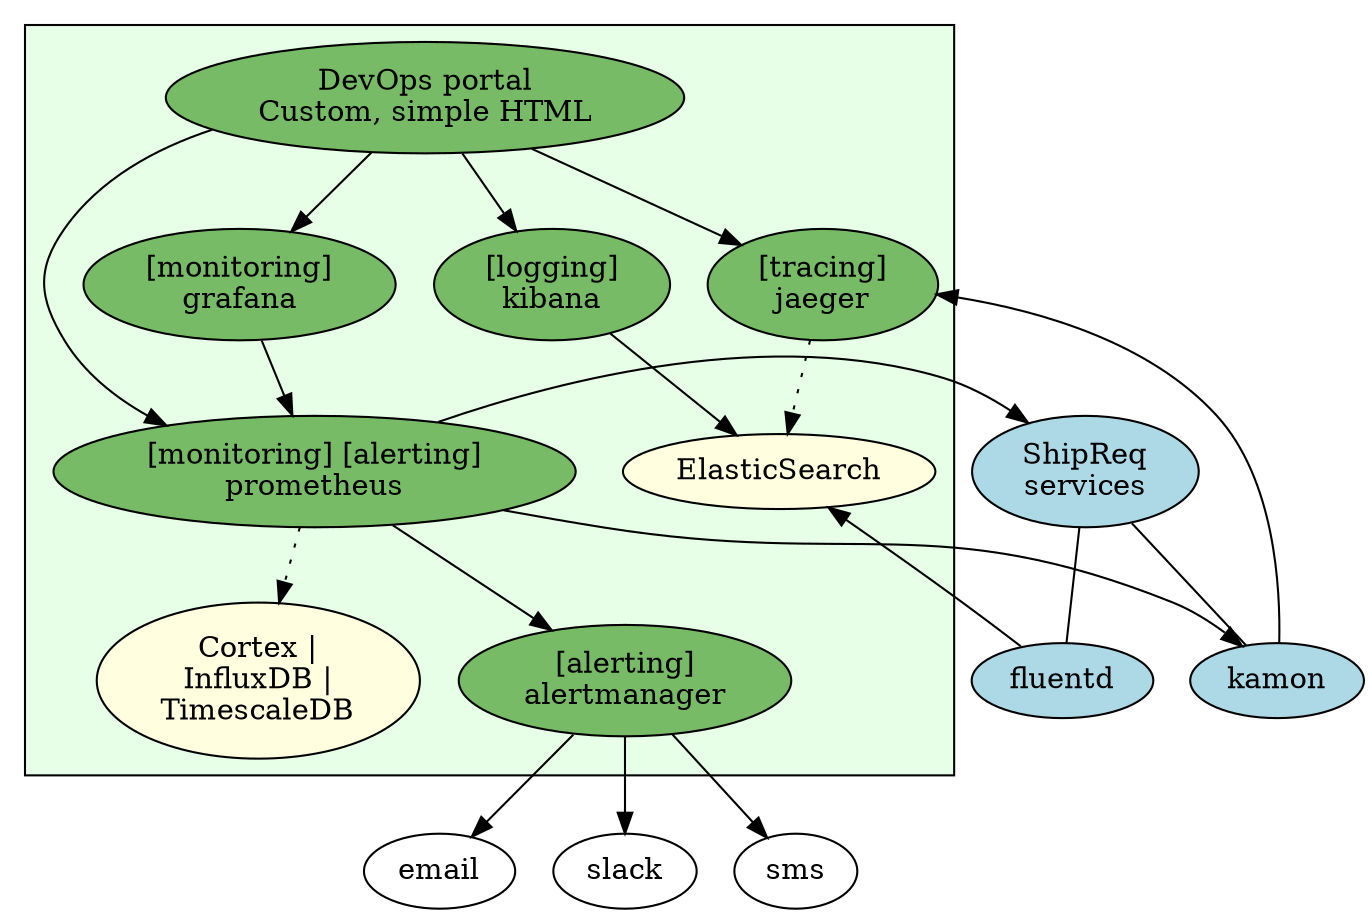
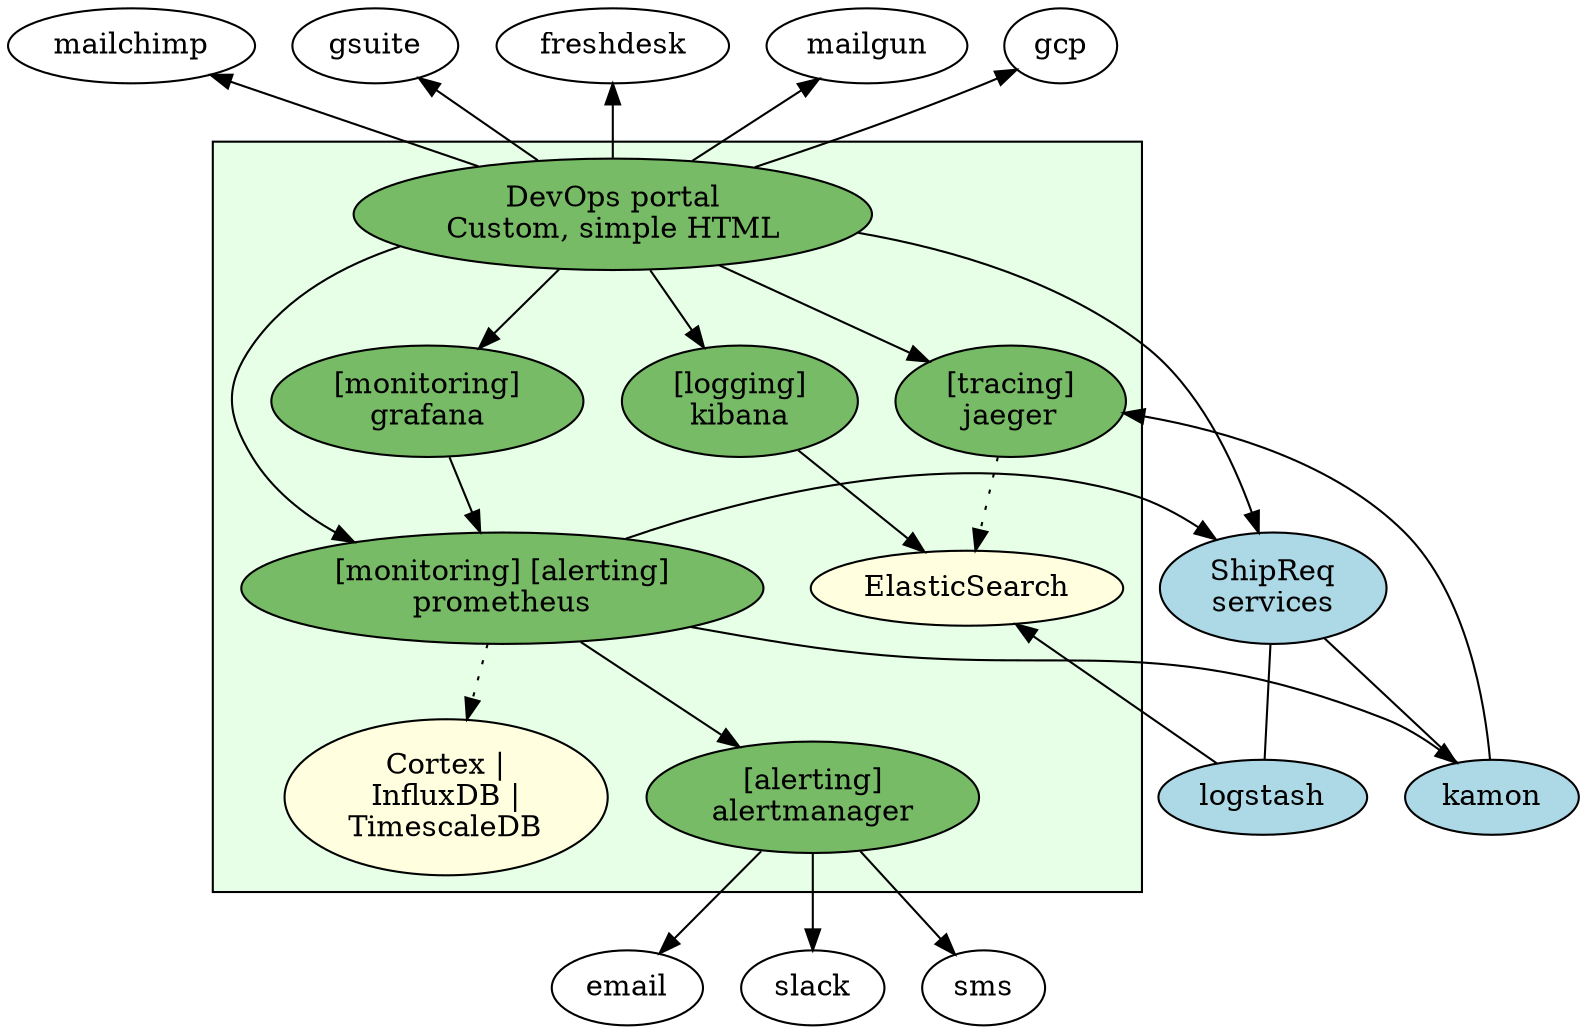
digraph G {

services [label="ShipReq\nservices" fillcolor=lightblue style=filled]
- kamon,fluentd [fillcolor=lightblue style=filled]
+ kamon,logstash [fillcolor=lightblue style=filled]

// Devops cluster
subgraph cluster_devops {
  fillcolor="#e6ffe6"
  style=filled
  node [style=filled fillcolor="#77bb66"]

  es [label="ElasticSearch" fillcolor=lightyellow style=filled]
  prometheus_storage [label="Cortex |\nInfluxDB |\nTimescaleDB" fillcolor=lightyellow style=filled]
  jaeger [label="[tracing]\njaeger"]
  prometheus [label="[monitoring] [alerting]\nprometheus"]
  grafana [label="[monitoring]\ngrafana"]
  alertmanager [label="[alerting]\nalertmanager"]
  kibana [label="[logging]\nkibana"]

  portal [label="DevOps portal\nCustom, simple HTML"]
  portal -> jaeger,prometheus,grafana,kibana
}

// App
- services -> kamon,fluentd [arrowhead=none]
+ services -> kamon,logstash [arrowhead=none]
+ portal -> services [constraint=false]
+ mailchimp,gsuite,freshdesk,mailgun,gcp -> portal [dir=back]

// Monitoring & Alerting
prometheus -> services,kamon,alertmanager
grafana -> prometheus
alertmanager -> email,slack,sms
prometheus -> prometheus_storage [style=dotted]

// Logging
- fluentd,kibana -> es
+ logstash,kibana -> es

// Tracing
kamon -> jaeger
jaeger -> es [style=dotted]

}
